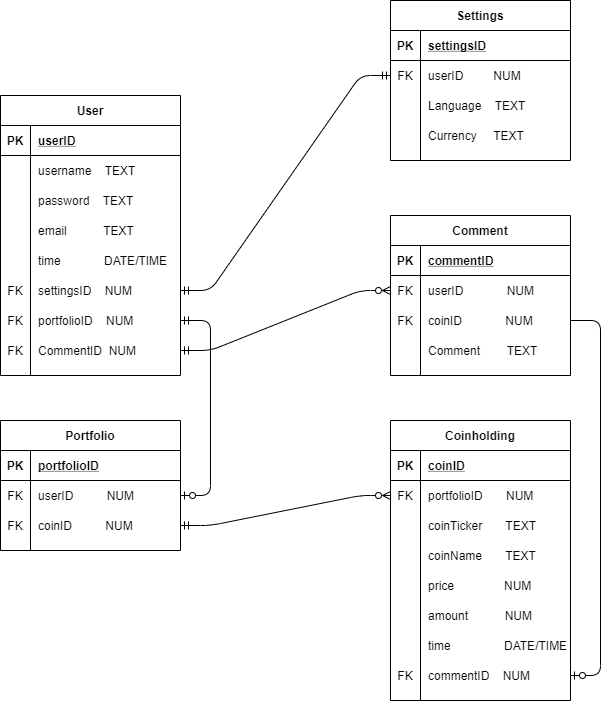
Before: doc/cryptofolio_UML.png, a diagram exported from draw.io (Martijncvv/cryptocurrency_portfolio_project). Source tidied: cells renumbered, new cells last; positions are measured from the earlier drawing's top-left corner, leaving out a move shared by most shapes.
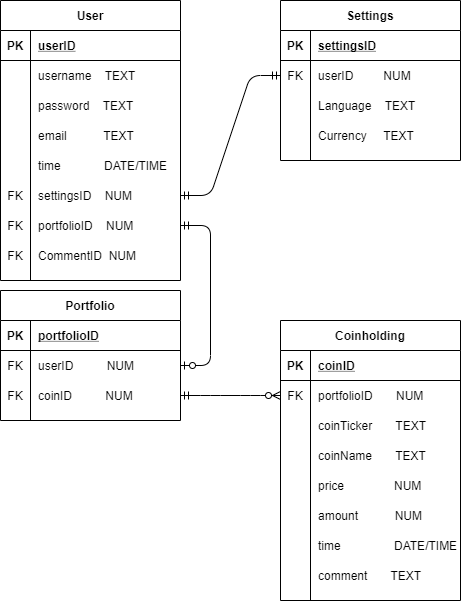
The same file after the commit.

What changed in the source:
```diff
@@ -3,7 +3,7 @@
     <mxCell id="0" />
     <mxCell id="1" parent="0" />
     <mxCell id="2" value="User" style="shape=table;startSize=30;rowLines=0;fontStyle=1;align=center;" parent="1" vertex="1">
-      <mxGeometry y="95" width="180" height="280" as="geometry" />
+      <mxGeometry x="220" y="-10" width="180" height="280" as="geometry" />
     </mxCell>
     <mxCell id="3" style="shape=partialRectangle;fillColor=none;top=0;left=0;bottom=1;right=0;" parent="2" vertex="1">
       <mxGeometry y="30" width="180" height="30" as="geometry" />
@@ -78,7 +78,7 @@
       <mxGeometry x="30" width="150" height="30" as="geometry" />
     </mxCell>
     <mxCell id="27" value="Coinholding" style="shape=table;startSize=30;rowLines=0;fontStyle=1;align=center;" parent="1" vertex="1">
-      <mxGeometry x="390" y="420" width="180" height="280" as="geometry" />
+      <mxGeometry x="500" y="310" width="180" height="280" as="geometry" />
     </mxCell>
     <mxCell id="28" style="shape=partialRectangle;fillColor=none;top=0;left=0;bottom=1;right=0;" parent="27" vertex="1">
       <mxGeometry y="30" width="180" height="30" as="geometry" />
@@ -146,14 +146,14 @@
     <mxCell id="49" style="shape=partialRectangle;fillColor=none;top=0;left=0;bottom=0;right=0;points=[[0,0.5],[1,0.5]];portConstraint=eastwest;" parent="27" vertex="1">
       <mxGeometry y="240" width="180" height="30" as="geometry" />
     </mxCell>
-    <mxCell id="50" value="FK" style="shape=partialRectangle;fillColor=none;top=0;left=0;bottom=0;right=0;overflow=hidden;" parent="49" vertex="1">
+    <mxCell id="50" style="shape=partialRectangle;fillColor=none;top=0;left=0;bottom=0;right=0;overflow=hidden;" parent="49" vertex="1">
       <mxGeometry width="30" height="30" as="geometry" />
     </mxCell>
-    <mxCell id="51" value="commentID    NUM" style="shape=partialRectangle;fillColor=none;top=0;left=0;bottom=0;right=0;align=left;spacingLeft=6;overflow=hidden;" parent="49" vertex="1">
+    <mxCell id="51" value="comment       TEXT" style="shape=partialRectangle;fillColor=none;top=0;left=0;bottom=0;right=0;align=left;spacingLeft=6;overflow=hidden;" parent="49" vertex="1">
       <mxGeometry x="30" width="150" height="30" as="geometry" />
     </mxCell>
     <mxCell id="52" value="Settings" style="shape=table;startSize=30;rowLines=0;fontStyle=1;align=center;" parent="1" vertex="1">
-      <mxGeometry x="390" width="180" height="160" as="geometry" />
+      <mxGeometry x="500" y="-10" width="180" height="160" as="geometry" />
     </mxCell>
     <mxCell id="53" style="shape=partialRectangle;fillColor=none;top=0;left=0;bottom=1;right=0;" parent="52" vertex="1">
       <mxGeometry y="30" width="180" height="30" as="geometry" />
@@ -195,7 +195,7 @@
       <mxGeometry relative="1" as="geometry" />
     </mxCell>
     <mxCell id="66" value="Portfolio" style="shape=table;startSize=30;rowLines=0;fontStyle=1;align=center;" parent="1" vertex="1">
-      <mxGeometry y="420" width="180" height="130" as="geometry" />
+      <mxGeometry x="220" y="280" width="180" height="130" as="geometry" />
     </mxCell>
     <mxCell id="67" style="shape=partialRectangle;fillColor=none;top=0;left=0;bottom=1;right=0;" parent="66" vertex="1">
       <mxGeometry y="30" width="180" height="30" as="geometry" />
@@ -230,50 +230,5 @@
     <mxCell id="77" style="edgeStyle=entityRelationEdgeStyle;fontSize=12;html=1;endArrow=ERzeroToMany;startArrow=ERmandOne;" parent="1" edge="1" source="73" target="31">
       <mxGeometry relative="1" as="geometry" />
     </mxCell>
-    <mxCell id="78" value="Comment" style="shape=table;startSize=30;rowLines=0;fontStyle=1;align=center;" parent="1" vertex="1">
-      <mxGeometry x="390" y="215" width="180" height="160" as="geometry" />
-    </mxCell>
-    <mxCell id="79" style="shape=partialRectangle;fillColor=none;top=0;left=0;bottom=1;right=0;" parent="78" vertex="1">
-      <mxGeometry y="30" width="180" height="30" as="geometry" />
-    </mxCell>
-    <mxCell id="80" value="PK" style="shape=partialRectangle;fillColor=none;top=0;left=0;bottom=0;right=0;fontStyle=1;overflow=hidden;" parent="79" vertex="1">
-      <mxGeometry width="30" height="30" as="geometry" />
-    </mxCell>
-    <mxCell id="81" value="commentID" style="shape=partialRectangle;fillColor=none;top=0;left=0;bottom=0;right=0;align=left;spacingLeft=6;fontStyle=5;overflow=hidden;" parent="79" vertex="1">
-      <mxGeometry x="30" width="150" height="30" as="geometry" />
-    </mxCell>
-    <mxCell id="82" style="shape=partialRectangle;fillColor=none;top=0;left=0;bottom=0;right=0;points=[[0,0.5],[1,0.5]];portConstraint=eastwest;" parent="78" vertex="1">
-      <mxGeometry y="60" width="180" height="30" as="geometry" />
-    </mxCell>
-    <mxCell id="83" value="FK" style="shape=partialRectangle;fillColor=none;top=0;left=0;bottom=0;right=0;overflow=hidden;" parent="82" vertex="1">
-      <mxGeometry width="30" height="30" as="geometry" />
-    </mxCell>
-    <mxCell id="84" value="userID             NUM" style="shape=partialRectangle;fillColor=none;top=0;left=0;bottom=0;right=0;align=left;spacingLeft=6;overflow=hidden;" parent="82" vertex="1">
-      <mxGeometry x="30" width="150" height="30" as="geometry" />
-    </mxCell>
-    <mxCell id="85" style="shape=partialRectangle;fillColor=none;top=0;left=0;bottom=0;right=0;points=[[0,0.5],[1,0.5]];portConstraint=eastwest;" parent="78" vertex="1">
-      <mxGeometry y="90" width="180" height="30" as="geometry" />
-    </mxCell>
-    <mxCell id="86" value="FK" style="shape=partialRectangle;fillColor=none;top=0;left=0;bottom=0;right=0;overflow=hidden;" parent="85" vertex="1">
-      <mxGeometry width="30" height="30" as="geometry" />
-    </mxCell>
-    <mxCell id="87" value="coinID             NUM" style="shape=partialRectangle;fillColor=none;top=0;left=0;bottom=0;right=0;align=left;spacingLeft=6;overflow=hidden;" parent="85" vertex="1">
-      <mxGeometry x="30" width="150" height="30" as="geometry" />
-    </mxCell>
-    <mxCell id="88" style="shape=partialRectangle;fillColor=none;top=0;left=0;bottom=0;right=0;" parent="78" vertex="1">
-      <mxGeometry y="120" width="180" height="30" as="geometry" />
-    </mxCell>
-    <mxCell id="89" style="shape=partialRectangle;fillColor=none;top=0;left=0;bottom=0;right=0;overflow=hidden;" parent="88" vertex="1">
-      <mxGeometry width="30" height="30" as="geometry" />
-    </mxCell>
-    <mxCell id="90" value="Comment        TEXT " style="shape=partialRectangle;fillColor=none;top=0;left=0;bottom=0;right=0;align=left;spacingLeft=6;overflow=hidden;" parent="88" vertex="1">
-      <mxGeometry x="30" width="150" height="30" as="geometry" />
-    </mxCell>
-    <mxCell id="91" style="edgeStyle=entityRelationEdgeStyle;fontSize=12;html=1;endArrow=ERzeroToMany;startArrow=ERmandOne;" parent="1" edge="1" source="24" target="82">
-      <mxGeometry relative="1" as="geometry" />
-    </mxCell>
-    <mxCell id="92" style="edgeStyle=entityRelationEdgeStyle;fontSize=12;html=1;endArrow=ERzeroToOne;endFill=1;" parent="1" edge="1" source="85" target="49">
-      <mxGeometry relative="1" as="geometry" />
-    </mxCell>
   </root>
 </mxGraphModel>
```
